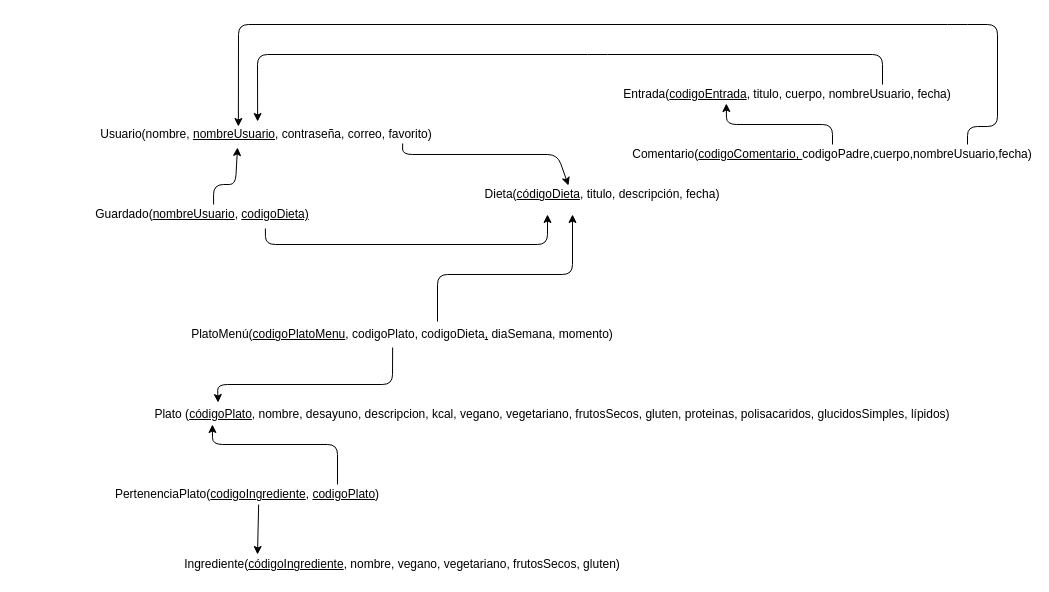
Before: SoftwareEngineer/diagramaRelacional.drawio in HylianPablo/SSW2020, a draw.io diagram. Source tidied: cells renumbered, new cells numbered last; positions are measured from the earlier drawing's top-left corner, leaving out a move shared by most shapes. Both pictures are drawn from the tidied source at 100%, with x=0, y=0 at pixel (17, 24).
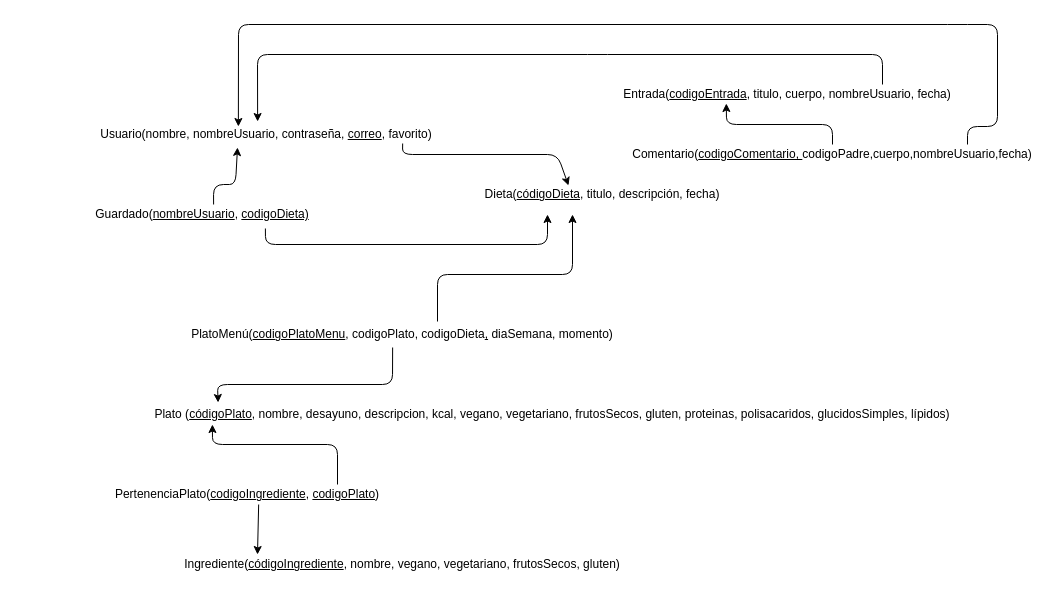
The same page after the edit.

Commit message:
cambiada primaria de usuario

The edit, as a diff of the source:
```diff
@@
-    <mxCell id="2" value="Usuario(nombre, &lt;u&gt;nombreUsuario&lt;/u&gt;, contraseña, correo, favorito)" style="text;html=1;strokeColor=none;fillColor=none;align=center;verticalAlign=middle;whiteSpace=wrap;rounded=0;" parent="1" vertex="1">
+    <mxCell id="2" value="Usuario(nombre, nombreUsuario, contraseña, &lt;u&gt;correo&lt;/u&gt;, favorito)" style="text;html=1;strokeColor=none;fillColor=none;align=center;verticalAlign=middle;whiteSpace=wrap;rounded=0;" parent="1" vertex="1">
       <mxGeometry x="64" y="100" width="370" height="20" as="geometry" />
     </mxCell>
```
